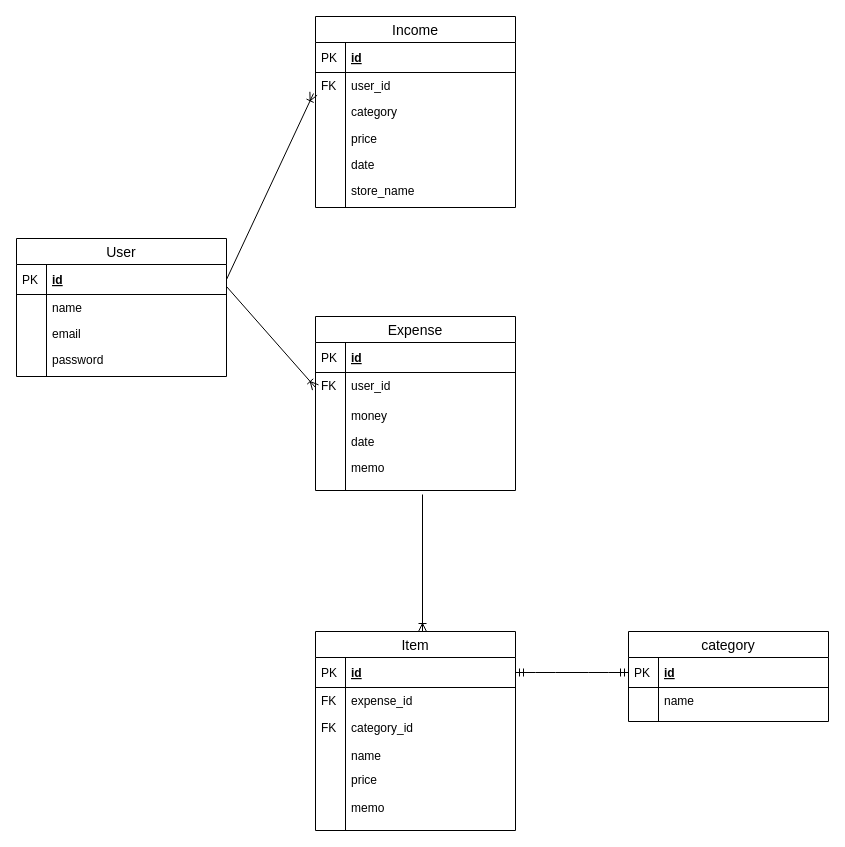
Earlier version of the draw.io diagram documentation/kakeibo.drawio (batablo/pictweet_plus). Source tidied: cells renumbered, new cells numbered last; positions are measured from the earlier drawing's top-left corner, leaving out a move shared by most shapes. Both pictures are drawn from the tidied source at 100%, with x=0, y=0 at pixel (16, 16).
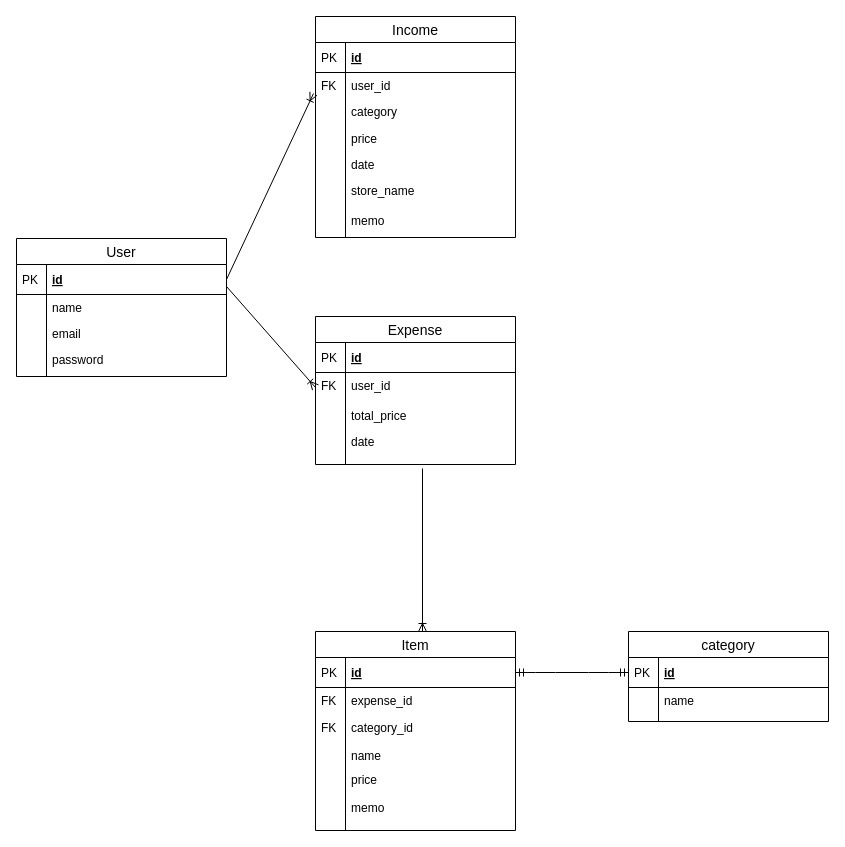
After the change.

Commit message:
fix: DB設計書再修正

The edit, as a diff of the source:
```diff
@@
     <mxCell id="15" value="Expense" style="swimlane;fontStyle=0;horizontal=1;startSize=26;align=center;fontSize=14;" parent="1" vertex="1">
-      <mxGeometry x="299" y="300" width="200" height="174" as="geometry" />
+      <mxGeometry x="299" y="300" width="200" height="148" as="geometry" />
     </mxCell>
@@
-    <mxCell id="20" value="money" style="shape=partialRectangle;top=0;left=0;right=0;bottom=0;align=left;verticalAlign=top;fillColor=none;spacingLeft=34;spacingRight=4;overflow=hidden;fontSize=12;" parent="15" vertex="1">
+    <mxCell id="20" value="total_price&#10;" style="shape=partialRectangle;top=0;left=0;right=0;bottom=0;align=left;verticalAlign=top;fillColor=none;spacingLeft=34;spacingRight=4;overflow=hidden;fontSize=12;" parent="15" vertex="1">
       <mxGeometry y="86" width="200" height="26" as="geometry" />
     </mxCell>
@@
-    <mxCell id="24" value="memo" style="shape=partialRectangle;top=0;left=0;right=0;bottom=0;align=left;verticalAlign=top;fillColor=none;spacingLeft=34;spacingRight=4;overflow=hidden;fontSize=12;" parent="15" vertex="1">
-      <mxGeometry y="138" width="200" height="26" as="geometry" />
-    </mxCell>
-    <mxCell id="25" style="shape=partialRectangle;top=0;left=0;bottom=0;fillColor=none;align=left;verticalAlign=top;spacingLeft=4;spacingRight=4;overflow=hidden;fontSize=12;" parent="24" vertex="1">
-      <mxGeometry width="30" height="26" as="geometry" />
-    </mxCell>
     <mxCell id="26" style="shape=partialRectangle;top=0;left=0;right=0;bottom=0;align=left;verticalAlign=top;fillColor=none;spacingLeft=34;spacingRight=4;overflow=hidden;points=[[0,0.5],[1,0.5]];portConstraint=eastwest;fontSize=12;" parent="15" vertex="1">
-      <mxGeometry y="164" width="200" height="10" as="geometry" />
+      <mxGeometry y="138" width="200" height="10" as="geometry" />
     </mxCell>
@@
     <mxCell id="46" value="Income" style="swimlane;fontStyle=0;horizontal=1;startSize=26;align=center;fontSize=14;" parent="1" vertex="1">
-      <mxGeometry x="299" width="200" height="191" as="geometry" />
+      <mxGeometry x="299" width="200" height="221" as="geometry" />
     </mxCell>
@@
+    <mxCell id="59" value="store_name&#10;" style="shape=partialRectangle;top=0;left=0;right=0;bottom=0;align=left;verticalAlign=top;fillColor=none;spacingLeft=34;spacingRight=4;overflow=hidden;fontSize=12;" parent="46" vertex="1">
+      <mxGeometry y="161" width="200" height="30" as="geometry" />
+    </mxCell>
+    <mxCell id="60" style="shape=partialRectangle;top=0;left=0;bottom=0;fillColor=none;align=left;verticalAlign=top;spacingLeft=4;spacingRight=4;overflow=hidden;fontSize=12;" parent="59" vertex="1">
+      <mxGeometry width="30" height="30" as="geometry" />
+    </mxCell>
-    <mxCell id="57" value="store_name" style="shape=partialRectangle;top=0;left=0;right=0;bottom=0;align=left;verticalAlign=top;fillColor=none;spacingLeft=34;spacingRight=4;overflow=hidden;fontSize=12;" parent="46" vertex="1">
-      <mxGeometry y="161" width="200" height="30" as="geometry" />
+    <mxCell id="57" value="memo&#10;" style="shape=partialRectangle;top=0;left=0;right=0;bottom=0;align=left;verticalAlign=top;fillColor=none;spacingLeft=34;spacingRight=4;overflow=hidden;fontSize=12;" parent="46" vertex="1">
+      <mxGeometry y="191" width="200" height="30" as="geometry" />
     </mxCell>
```
